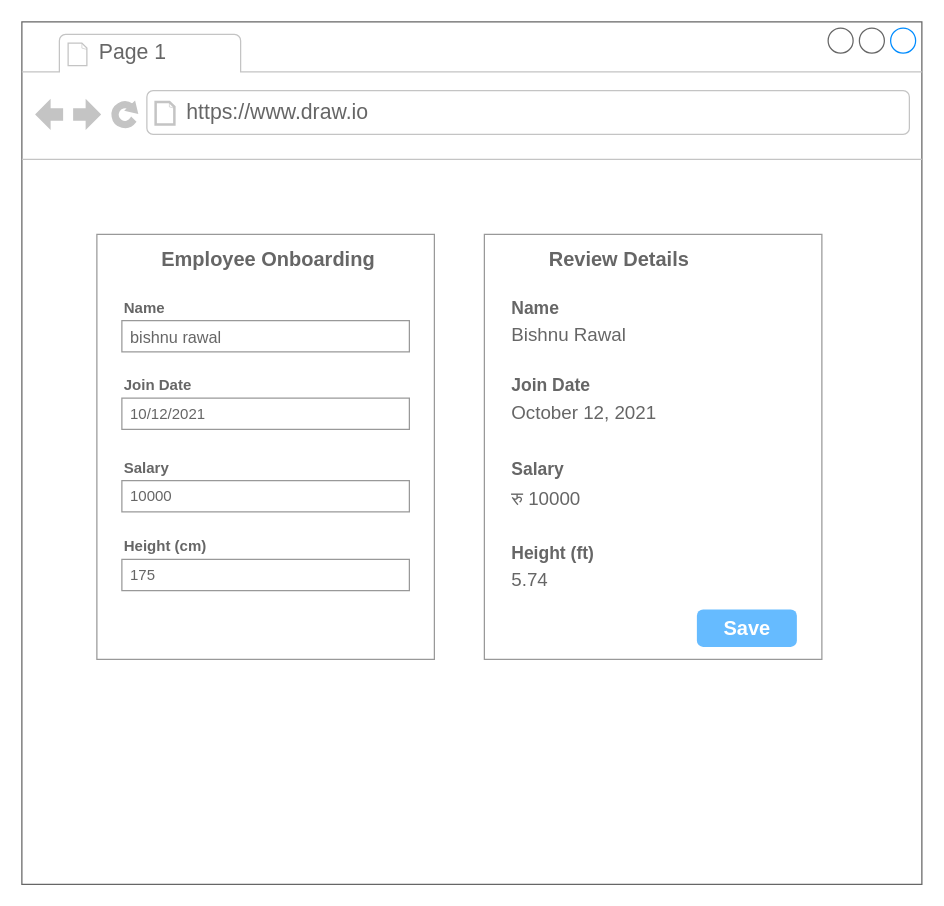
binbsr/Kolpi keeps this draw.io diagram as Src/Ng-assignment-mockup.drawio. Above is the earlier version. Source tidied: cells renumbered, new cells numbered last; positions are measured from the earlier drawing's top-left corner, leaving out a move shared by most shapes. Both pictures are drawn from the tidied source at 125%, with x=0, y=0 at pixel (21, 21).
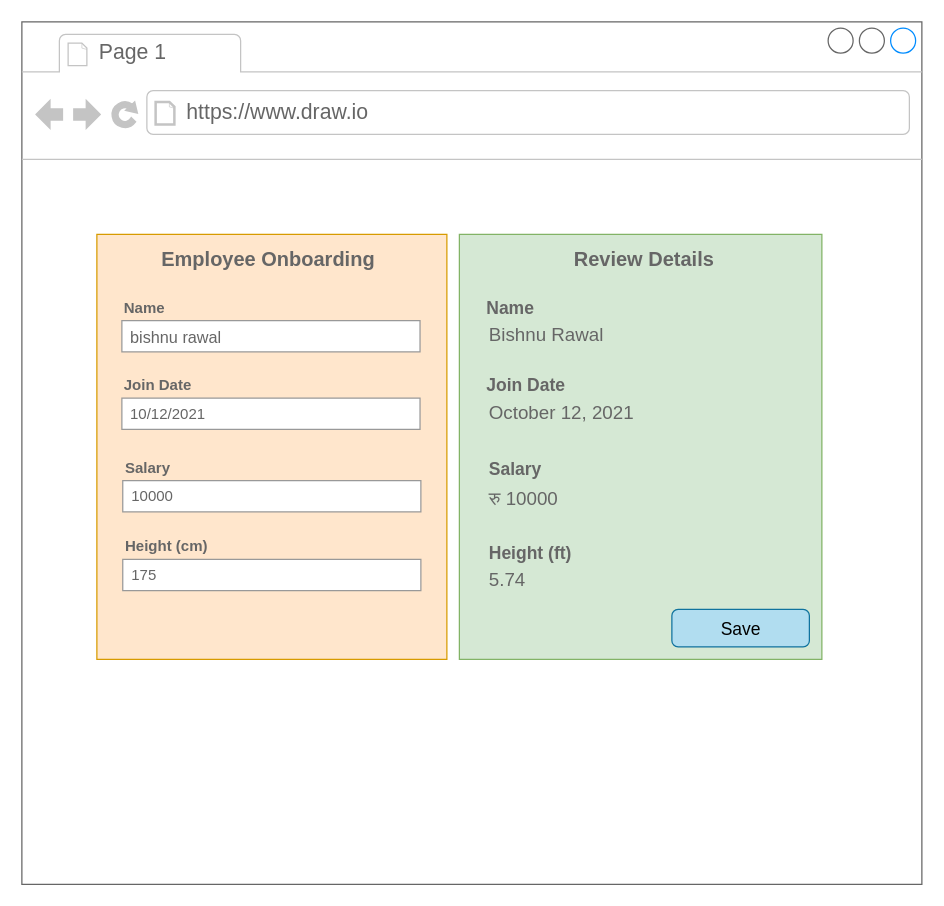
After the change.

The change refers to these unchanged cells:
```xml
<mxCell id="2" style="strokeWidth=1;shadow=0;dashed=0;align=center;html=1;shape=mxgraph.mockup.containers.browserWindow;rSize=0;strokeColor=#666666;strokeColor2=#008cff;strokeColor3=#c4c4c4;mainText=,;" parent="1" vertex="1">
  <mxGeometry width="720" height="690" as="geometry" />
</mxCell>
```

What changed in the source:
```diff
@@
-    <mxCell id="5" style="strokeWidth=1;shadow=0;dashed=0;align=center;html=1;shape=mxgraph.mockup.forms.rrect;rSize=0;strokeColor=#999999;fillColor=#ffffff;" parent="2" vertex="1">
-      <mxGeometry x="60" y="170" width="270" height="340" as="geometry" />
+    <mxCell id="5" style="strokeWidth=1;shadow=0;dashed=0;align=center;html=1;shape=mxgraph.mockup.forms.rrect;rSize=0;strokeColor=#d79b00;fillColor=#ffe6cc;" parent="2" vertex="1">
+      <mxGeometry x="60" y="170" width="280" height="340" as="geometry" />
     </mxCell>
     <mxCell id="6" value="Employee Onboarding" style="strokeWidth=1;shadow=0;dashed=0;align=center;html=1;shape=mxgraph.mockup.forms.anchor;fontSize=16;fontColor=#666666;align=left;spacingLeft=0;fontStyle=1;" parent="5" vertex="1">
-      <mxGeometry width="180" height="20" relative="1" as="geometry">
+      <mxGeometry width="186.67" height="20" relative="1" as="geometry">
         <mxPoint x="50" y="10" as="offset" />
       </mxGeometry>
     </mxCell>
     <mxCell id="7" value="&lt;b&gt;Name&lt;/b&gt;" style="strokeWidth=1;shadow=0;dashed=0;align=center;html=1;shape=mxgraph.mockup.forms.anchor;fontSize=12;fontColor=#666666;align=left;spacingLeft=0;" parent="5" vertex="1">
-      <mxGeometry width="125" height="20" relative="1" as="geometry">
+      <mxGeometry width="129.63" height="20" relative="1" as="geometry">
         <mxPoint x="20" y="49" as="offset" />
       </mxGeometry>
     </mxCell>
     <mxCell id="8" value="bishnu rawal" style="strokeWidth=1;shadow=0;dashed=0;align=center;html=1;shape=mxgraph.mockup.forms.rrect;rSize=0;strokeColor=#999999;fontColor=#666666;align=left;spacingLeft=5;fontSize=13;" parent="5" vertex="1">
-      <mxGeometry width="230" height="25" relative="1" as="geometry">
+      <mxGeometry width="238.52" height="25" relative="1" as="geometry">
         <mxPoint x="20" y="69" as="offset" />
       </mxGeometry>
     </mxCell>
     <mxCell id="9" value="Join Date" style="strokeWidth=1;shadow=0;dashed=0;align=center;html=1;shape=mxgraph.mockup.forms.anchor;fontSize=12;fontColor=#666666;align=left;spacingLeft=0;fontStyle=1;" parent="5" vertex="1">
-      <mxGeometry width="125" height="20" relative="1" as="geometry">
+      <mxGeometry width="129.63" height="20" relative="1" as="geometry">
         <mxPoint x="20" y="111" as="offset" />
       </mxGeometry>
     </mxCell>
     <mxCell id="10" value="10/12/2021" style="strokeWidth=1;shadow=0;dashed=0;align=center;html=1;shape=mxgraph.mockup.forms.rrect;rSize=0;strokeColor=#999999;fontColor=#666666;align=left;spacingLeft=5;" parent="5" vertex="1">
-      <mxGeometry width="230" height="25" relative="1" as="geometry">
+      <mxGeometry width="238.52" height="25" relative="1" as="geometry">
         <mxPoint x="20" y="131" as="offset" />
       </mxGeometry>
     </mxCell>
     <mxCell id="11" value="Salary" style="strokeWidth=1;shadow=0;dashed=0;align=center;html=1;shape=mxgraph.mockup.forms.anchor;fontSize=12;fontColor=#666666;align=left;spacingLeft=0;fontStyle=1;" parent="5" vertex="1">
-      <mxGeometry x="20" y="177" width="125.4" height="20" as="geometry" />
+      <mxGeometry x="20.7" y="177" width="130" height="20" as="geometry" />
     </mxCell>
     <mxCell id="12" value="10000" style="strokeWidth=1;shadow=0;dashed=0;align=center;html=1;shape=mxgraph.mockup.forms.rrect;rSize=0;strokeColor=#999999;fontColor=#666666;align=left;spacingLeft=5;" parent="5" vertex="1">
-      <mxGeometry x="20" y="197" width="230" height="25" as="geometry" />
+      <mxGeometry x="20.7" y="197" width="238.5" height="25" as="geometry" />
     </mxCell>
     <mxCell id="13" value="Height (cm)" style="strokeWidth=1;shadow=0;dashed=0;align=center;html=1;shape=mxgraph.mockup.forms.anchor;fontSize=12;fontColor=#666666;align=left;spacingLeft=0;fontStyle=1;" parent="5" vertex="1">
-      <mxGeometry x="20" y="240" width="125.4" height="20" as="geometry" />
+      <mxGeometry x="20.7" y="240" width="130" height="20" as="geometry" />
     </mxCell>
     <mxCell id="14" value="175" style="strokeWidth=1;shadow=0;dashed=0;align=center;html=1;shape=mxgraph.mockup.forms.rrect;rSize=0;strokeColor=#999999;fontColor=#666666;align=left;spacingLeft=5;" parent="5" vertex="1">
-      <mxGeometry x="20" y="260" width="230" height="25" as="geometry" />
+      <mxGeometry x="20.7" y="260" width="238.5" height="25" as="geometry" />
     </mxCell>
-    <mxCell id="15" style="strokeWidth=1;shadow=0;dashed=0;align=center;html=1;shape=mxgraph.mockup.forms.rrect;rSize=0;strokeColor=#999999;fillColor=#ffffff;" parent="2" vertex="1">
-      <mxGeometry x="370" y="170" width="270" height="340" as="geometry" />
+    <mxCell id="15" style="strokeWidth=1;shadow=0;dashed=0;align=center;html=1;shape=mxgraph.mockup.forms.rrect;rSize=0;strokeColor=#82b366;fillColor=#d5e8d4;labelBackgroundColor=#c6b8b8;" parent="2" vertex="1">
+      <mxGeometry x="350" y="170" width="290" height="340" as="geometry" />
     </mxCell>
     <mxCell id="16" value="Review Details" style="strokeWidth=1;shadow=0;dashed=0;align=center;html=1;shape=mxgraph.mockup.forms.anchor;fontSize=16;fontColor=#666666;align=left;spacingLeft=0;fontStyle=1;" parent="15" vertex="1">
-      <mxGeometry width="180" height="20" relative="1" as="geometry">
-        <mxPoint x="50" y="10" as="offset" />
+      <mxGeometry width="161.11" height="20" relative="1" as="geometry">
+        <mxPoint x="90" y="10" as="offset" />
       </mxGeometry>
     </mxCell>
     <mxCell id="17" value="&lt;b style=&quot;font-size: 14px;&quot;&gt;Name&lt;/b&gt;" style="strokeWidth=1;shadow=0;dashed=0;align=center;html=1;shape=mxgraph.mockup.forms.anchor;fontSize=14;fontColor=#666666;align=left;spacingLeft=0;" parent="15" vertex="1">
-      <mxGeometry width="125" height="20" relative="1" as="geometry">
+      <mxGeometry width="134.26" height="20" relative="1" as="geometry">
         <mxPoint x="20" y="49" as="offset" />
       </mxGeometry>
     </mxCell>
     <mxCell id="18" value="&lt;font style=&quot;font-size: 14px;&quot;&gt;Join Date&lt;/font&gt;" style="strokeWidth=1;shadow=0;dashed=0;align=center;html=1;shape=mxgraph.mockup.forms.anchor;fontSize=12;fontColor=#666666;align=left;spacingLeft=0;fontStyle=1;" parent="15" vertex="1">
-      <mxGeometry width="125" height="20" relative="1" as="geometry">
+      <mxGeometry width="134.26" height="20" relative="1" as="geometry">
         <mxPoint x="20" y="111" as="offset" />
       </mxGeometry>
     </mxCell>
-    <mxCell id="19" value="Save" style="strokeWidth=1;shadow=0;dashed=0;align=center;html=1;shape=mxgraph.mockup.forms.rrect;rSize=5;strokeColor=none;fontColor=#ffffff;fillColor=#66bbff;fontSize=16;fontStyle=1;" parent="15" vertex="1">
-      <mxGeometry y="1" width="80" height="30" relative="1" as="geometry">
+    <mxCell id="19" value="&lt;span style=&quot;font-weight: normal;&quot;&gt;&lt;font style=&quot;font-size: 14px;&quot;&gt;Save&lt;/font&gt;&lt;/span&gt;" style="strokeWidth=1;shadow=0;dashed=0;align=center;html=1;shape=mxgraph.mockup.forms.rrect;rSize=5;strokeColor=#10739e;fillColor=#b1ddf0;fontSize=16;fontStyle=1;" parent="15" vertex="1">
+      <mxGeometry y="1" width="110" height="30" relative="1" as="geometry">
         <mxPoint x="170" y="-40" as="offset" />
       </mxGeometry>
     </mxCell>
     <mxCell id="20" value="Salary" style="strokeWidth=1;shadow=0;dashed=0;align=center;html=1;shape=mxgraph.mockup.forms.anchor;fontSize=14;fontColor=#666666;align=left;spacingLeft=0;fontStyle=1;" parent="15" vertex="1">
-      <mxGeometry x="20" y="178" width="125.4" height="20" as="geometry" />
+      <mxGeometry x="21.5" y="178" width="134.7" height="20" as="geometry" />
     </mxCell>
     <mxCell id="21" value="&lt;span style=&quot;font-size: 15px;&quot;&gt;Bishnu Rawal&lt;/span&gt;" style="strokeWidth=1;shadow=0;dashed=0;align=center;html=1;shape=mxgraph.mockup.forms.anchor;fontSize=15;fontColor=#666666;align=left;spacingLeft=0;fontStyle=0;" parent="15" vertex="1">
-      <mxGeometry x="20" y="70" width="220" height="20" as="geometry" />
+      <mxGeometry x="21.5" y="70" width="236.3" height="20" as="geometry" />
     </mxCell>
     <mxCell id="22" value="&lt;span style=&quot;font-size: 15px;&quot;&gt;October 12, 2021&lt;/span&gt;" style="strokeWidth=1;shadow=0;dashed=0;align=center;html=1;shape=mxgraph.mockup.forms.anchor;fontSize=15;fontColor=#666666;align=left;spacingLeft=0;fontStyle=0;" parent="15" vertex="1">
-      <mxGeometry x="20" y="132" width="220" height="20" as="geometry" />
+      <mxGeometry x="21.5" y="132" width="236.3" height="20" as="geometry" />
     </mxCell>
     <mxCell id="23" value="रु&amp;nbsp;&lt;span style=&quot;font-size: 15px;&quot;&gt;10000&lt;/span&gt;" style="strokeWidth=1;shadow=0;dashed=0;align=center;html=1;shape=mxgraph.mockup.forms.anchor;fontSize=15;fontColor=#666666;align=left;spacingLeft=0;fontStyle=0;" parent="15" vertex="1">
-      <mxGeometry x="20" y="201" width="220" height="20" as="geometry" />
+      <mxGeometry x="21.5" y="201" width="236.3" height="20" as="geometry" />
     </mxCell>
     <mxCell id="24" value="&lt;span style=&quot;font-size: 15px;&quot;&gt;5.74&lt;/span&gt;" style="strokeWidth=1;shadow=0;dashed=0;align=center;html=1;shape=mxgraph.mockup.forms.anchor;fontSize=15;fontColor=#666666;align=left;spacingLeft=0;fontStyle=0;" parent="15" vertex="1">
-      <mxGeometry x="20" y="266" width="220" height="20" as="geometry" />
+      <mxGeometry x="21.5" y="266" width="236.3" height="20" as="geometry" />
     </mxCell>
     <mxCell id="25" value="Height (ft)" style="strokeWidth=1;shadow=0;dashed=0;align=center;html=1;shape=mxgraph.mockup.forms.anchor;fontSize=14;fontColor=#666666;align=left;spacingLeft=0;fontStyle=1;" parent="15" vertex="1">
-      <mxGeometry x="20" y="245" width="125.4" height="20" as="geometry" />
+      <mxGeometry x="21.5" y="245" width="134.7" height="20" as="geometry" />
     </mxCell>
```
